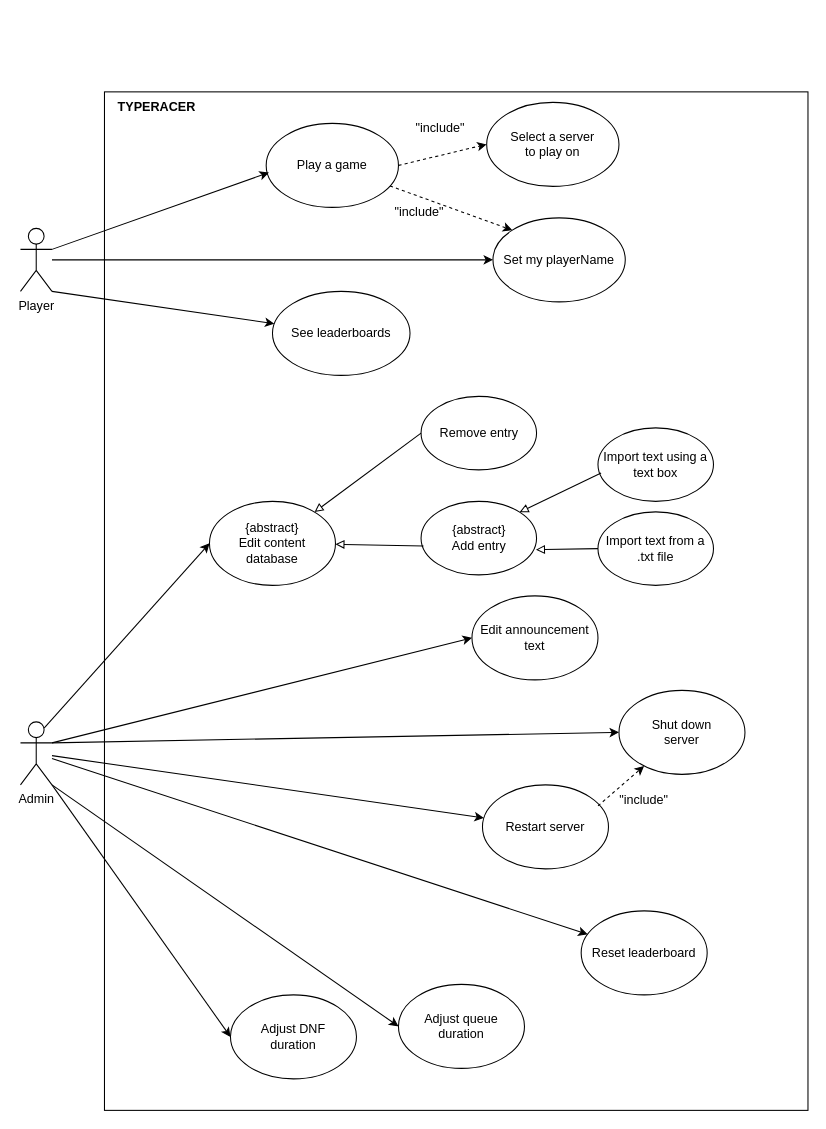
muratcanakcay/PW-SE1-TypeRacer keeps this draw.io diagram as TypeRacerUseCase.drawio. Above is the earlier version. Source tidied: cells renumbered, new cells numbered last; positions are measured from the earlier drawing's top-left corner, leaving out a move shared by most shapes. Both pictures are drawn from the tidied source at 105%, with x=0, y=0 at pixel (20, 91).
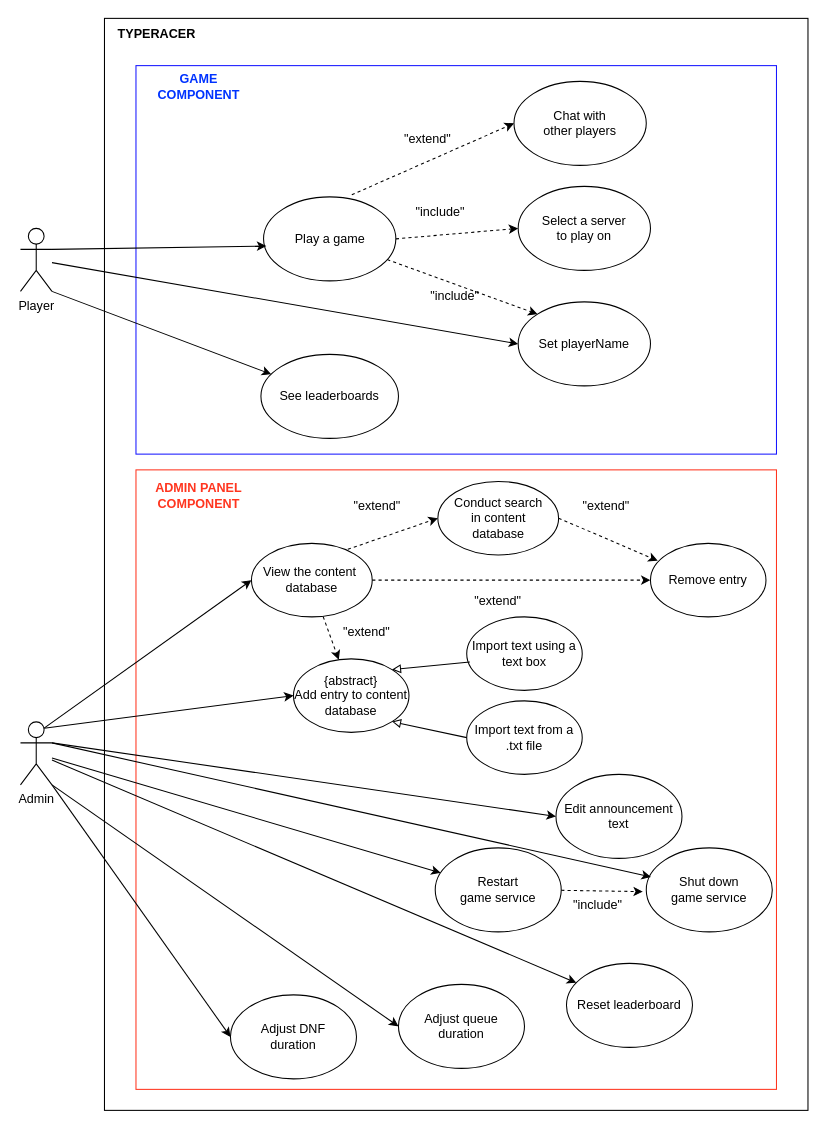
After the change.

The change refers to these unchanged cells:
```xml
<mxCell id="4" value="Admin" style="shape=umlActor;verticalLabelPosition=bottom;verticalAlign=top;html=1;outlineConnect=0;" parent="1" vertex="1">
  <mxGeometry y="600" width="30" height="60" as="geometry" />
</mxCell>
```

Diff of the diagram source:
```diff
@@
     <mxCell id="2" style="rounded=0;whiteSpace=wrap;html=1;" parent="1" vertex="1">
-      <mxGeometry x="80" width="670" height="970" as="geometry" />
+      <mxGeometry x="80" y="-70" width="670" height="1040" as="geometry" />
     </mxCell>
+    <mxCell id="41" style="rounded=0;whiteSpace=wrap;html=1;fillColor=none;strokeColor=#FF351F;" parent="1" vertex="1">
+      <mxGeometry x="110" y="360" width="610" height="590" as="geometry" />
+    </mxCell>
+    <mxCell id="42" style="rounded=0;whiteSpace=wrap;html=1;fillColor=none;strokeColor=#1717FF;" parent="1" vertex="1">
+      <mxGeometry x="110" y="-25" width="610" height="370" as="geometry" />
+    </mxCell>
@@
     <mxCell id="5" value="&lt;b&gt;TYPERACER&lt;/b&gt;" style="text;html=1;strokeColor=none;fillColor=none;align=center;verticalAlign=middle;whiteSpace=wrap;rounded=0;" parent="1" vertex="1">
-      <mxGeometry x="80" width="100" height="30" as="geometry" />
+      <mxGeometry x="80" y="-70" width="100" height="30" as="geometry" />
     </mxCell>
     <mxCell id="6" value="Play a game" style="ellipse;whiteSpace=wrap;html=1;" parent="1" vertex="1">
-      <mxGeometry x="234" y="30" width="126" height="80" as="geometry" />
+      <mxGeometry x="231.5" y="100" width="126" height="80" as="geometry" />
     </mxCell>
@@
     <mxCell id="8" value="See leaderboards" style="ellipse;whiteSpace=wrap;html=1;" parent="1" vertex="1">
-      <mxGeometry x="240" y="190" width="131" height="80" as="geometry" />
+      <mxGeometry x="229" y="250" width="131" height="80" as="geometry" />
     </mxCell>
@@
-    <mxCell id="10" value="Restart server" style="ellipse;whiteSpace=wrap;html=1;" parent="1" vertex="1">
-      <mxGeometry x="440" y="660" width="120" height="80" as="geometry" />
+    <mxCell id="10" value="Restart &lt;br&gt;game servıce" style="ellipse;whiteSpace=wrap;html=1;" parent="1" vertex="1">
+      <mxGeometry x="395" y="720" width="120" height="80" as="geometry" />
     </mxCell>
-    <mxCell id="11" value="{abstract}&lt;br&gt;Add entry" style="ellipse;whiteSpace=wrap;html=1;" parent="1" vertex="1">
-      <mxGeometry x="381.5" y="390" width="110" height="70" as="geometry" />
+    <mxCell id="11" value="{abstract}&lt;br&gt;Add entry to content database" style="ellipse;whiteSpace=wrap;html=1;" parent="1" vertex="1">
+      <mxGeometry x="260" y="540" width="110" height="70" as="geometry" />
     </mxCell>
-    <mxCell id="12" value="{abstract}&lt;br&gt;Edit content&lt;br&gt;database" style="ellipse;whiteSpace=wrap;html=1;" parent="1" vertex="1">
-      <mxGeometry x="180" y="390" width="120" height="80" as="geometry" />
-    </mxCell>
     <mxCell id="13" value="Remove entry" style="ellipse;whiteSpace=wrap;html=1;" parent="1" vertex="1">
-      <mxGeometry x="381.5" y="290" width="110" height="70" as="geometry" />
+      <mxGeometry x="600" y="430" width="110" height="70" as="geometry" />
     </mxCell>
     <mxCell id="14" value="Edit announcement&lt;br&gt;text" style="ellipse;whiteSpace=wrap;html=1;" parent="1" vertex="1">
-      <mxGeometry x="430" y="480" width="120" height="80" as="geometry" />
+      <mxGeometry x="510" y="650" width="120" height="80" as="geometry" />
     </mxCell>
-    <mxCell id="15" value="Shut down &lt;br&gt;server" style="ellipse;whiteSpace=wrap;html=1;" parent="1" vertex="1">
-      <mxGeometry x="570" y="570" width="120" height="80" as="geometry" />
+    <mxCell id="15" value="Shut down &lt;br&gt;game servıce" style="ellipse;whiteSpace=wrap;html=1;" parent="1" vertex="1">
+      <mxGeometry x="596" y="720" width="120" height="80" as="geometry" />
     </mxCell>
@@
-    <mxCell id="18" style="endArrow=classic;html=1;rounded=0;entryX=0;entryY=0.5;entryDx=0;entryDy=0;exitX=0.75;exitY=0.1;exitDx=0;exitDy=0;exitPerimeter=0;" parent="1" edge="1" source="4" target="12">
+    <mxCell id="18" style="endArrow=classic;html=1;rounded=0;exitX=0.75;exitY=0.1;exitDx=0;exitDy=0;exitPerimeter=0;entryX=0;entryY=0.5;entryDx=0;entryDy=0;" parent="1" edge="1" source="4" target="11">
       <mxGeometry relative="1" as="geometry" />
     </mxCell>
@@
-    <mxCell id="20" style="endArrow=classic;html=1;rounded=0;entryX=0;entryY=0.5;entryDx=0;entryDy=0;" parent="1" edge="1" target="15">
+    <mxCell id="20" style="endArrow=classic;html=1;rounded=0;entryX=0.037;entryY=0.346;entryDx=0;entryDy=0;entryPerimeter=0;" parent="1" edge="1" target="15">
       <mxGeometry relative="1" as="geometry">
         <mxPoint x="30" y="620" as="sourcePoint" />
       </mxGeometry>
     </mxCell>
@@
-    <mxCell id="23" style="endArrow=block;html=1;rounded=0;exitX=0.021;exitY=0.606;exitDx=0;exitDy=0;exitPerimeter=0;endFill=0;" parent="1" edge="1" source="11" target="12">
-      <mxGeometry relative="1" as="geometry" />
-    </mxCell>
-    <mxCell id="24" style="endArrow=block;html=1;rounded=0;exitX=0;exitY=0.5;exitDx=0;exitDy=0;endFill=0;" parent="1" edge="1" source="13" target="12">
-      <mxGeometry relative="1" as="geometry" />
-    </mxCell>
-    <mxCell id="25" style="endArrow=classic;html=1;rounded=0;dashed=1;exitX=0.917;exitY=0.25;exitDx=0;exitDy=0;exitPerimeter=0;" parent="1" edge="1" source="10" target="15">
+    <mxCell id="25" style="endArrow=classic;html=1;rounded=0;dashed=1;entryX=-0.027;entryY=0.521;entryDx=0;entryDy=0;entryPerimeter=0;" parent="1" edge="1" source="10" target="15">
       <mxGeometry relative="1" as="geometry" />
     </mxCell>
     <mxCell id="26" value="&quot;include&quot;" style="text;html=1;strokeColor=none;fillColor=none;align=center;verticalAlign=middle;whiteSpace=wrap;rounded=0;" parent="1" vertex="1">
-      <mxGeometry x="564" y="660" width="60" height="30" as="geometry" />
+      <mxGeometry x="520" y="760" width="60" height="30" as="geometry" />
     </mxCell>
@@
     <mxCell id="28" value="Reset leaderboard" style="ellipse;whiteSpace=wrap;html=1;" parent="1" vertex="1">
-      <mxGeometry x="534" y="780" width="120" height="80" as="geometry" />
+      <mxGeometry x="520" y="830" width="120" height="80" as="geometry" />
     </mxCell>
@@
     <mxCell id="30" value="Import text using a text box" style="ellipse;whiteSpace=wrap;html=1;" parent="1" vertex="1">
-      <mxGeometry x="550" y="320" width="110" height="70" as="geometry" />
+      <mxGeometry x="425" y="500" width="110" height="70" as="geometry" />
     </mxCell>
     <mxCell id="31" value="Import text from a &lt;br&gt;.txt file" style="ellipse;whiteSpace=wrap;html=1;" parent="1" vertex="1">
-      <mxGeometry x="550" y="400" width="110" height="70" as="geometry" />
+      <mxGeometry x="425" y="580" width="110" height="70" as="geometry" />
     </mxCell>
@@
-    <mxCell id="33" style="endArrow=block;html=1;rounded=0;exitX=0;exitY=0.5;exitDx=0;exitDy=0;endFill=0;entryX=0.995;entryY=0.657;entryDx=0;entryDy=0;entryPerimeter=0;" parent="1" edge="1" source="31" target="11">
+    <mxCell id="33" style="endArrow=block;html=1;rounded=0;exitX=0;exitY=0.5;exitDx=0;exitDy=0;endFill=0;entryX=1;entryY=1;entryDx=0;entryDy=0;" parent="1" edge="1" source="31" target="11">
       <mxGeometry relative="1" as="geometry" />
     </mxCell>
     <mxCell id="34" value="Select a server &lt;br&gt;to play on" style="ellipse;whiteSpace=wrap;html=1;" parent="1" vertex="1">
-      <mxGeometry x="444" y="10" width="126" height="80" as="geometry" />
+      <mxGeometry x="474" y="90" width="126" height="80" as="geometry" />
     </mxCell>
-    <mxCell id="35" value="Set my playerName" style="ellipse;whiteSpace=wrap;html=1;" parent="1" vertex="1">
-      <mxGeometry x="450" y="120" width="126" height="80" as="geometry" />
+    <mxCell id="35" value="Set playerName" style="ellipse;whiteSpace=wrap;html=1;" parent="1" vertex="1">
+      <mxGeometry x="474" y="200" width="126" height="80" as="geometry" />
     </mxCell>
@@
     <mxCell id="38" value="&quot;include&quot;" style="text;html=1;strokeColor=none;fillColor=none;align=center;verticalAlign=middle;whiteSpace=wrap;rounded=0;" parent="1" vertex="1">
-      <mxGeometry x="370" y="20" width="60" height="30" as="geometry" />
+      <mxGeometry x="370" y="100" width="60" height="30" as="geometry" />
     </mxCell>
     <mxCell id="39" value="&quot;include&quot;" style="text;html=1;strokeColor=none;fillColor=none;align=center;verticalAlign=middle;whiteSpace=wrap;rounded=0;" parent="1" vertex="1">
-      <mxGeometry x="350" y="100" width="60" height="30" as="geometry" />
+      <mxGeometry x="384" y="180" width="60" height="30" as="geometry" />
     </mxCell>
@@
+    <mxCell id="43" value="Chat with &lt;br&gt;other players" style="ellipse;whiteSpace=wrap;html=1;" parent="1" vertex="1">
+      <mxGeometry x="470" y="-10" width="126" height="80" as="geometry" />
+    </mxCell>
+    <mxCell id="44" style="endArrow=classic;html=1;rounded=0;dashed=1;exitX=0.667;exitY=-0.025;exitDx=0;exitDy=0;entryX=0;entryY=0.5;entryDx=0;entryDy=0;exitPerimeter=0;" parent="1" edge="1" source="6" target="43">
+      <mxGeometry relative="1" as="geometry" />
+    </mxCell>
+    <mxCell id="45" value="&quot;extend&quot;" style="text;html=1;strokeColor=none;fillColor=none;align=center;verticalAlign=middle;whiteSpace=wrap;rounded=0;" parent="1" vertex="1">
+      <mxGeometry x="357.5" y="30" width="60" height="30" as="geometry" />
+    </mxCell>
+    <mxCell id="46" value="&lt;b&gt;GAME&lt;br&gt;COMPONENT&lt;/b&gt;" style="text;html=1;strokeColor=none;fillColor=none;align=center;verticalAlign=middle;whiteSpace=wrap;rounded=0;fontColor=#0033FF;" parent="1" vertex="1">
+      <mxGeometry x="120" y="-20" width="100" height="30" as="geometry" />
+    </mxCell>
+    <mxCell id="47" value="&lt;b&gt;&lt;font color=&quot;#ff351f&quot;&gt;ADMIN PANEL COMPONENT&lt;/font&gt;&lt;/b&gt;" style="text;html=1;strokeColor=none;fillColor=none;align=center;verticalAlign=middle;whiteSpace=wrap;rounded=0;fontColor=#0033FF;" parent="1" vertex="1">
+      <mxGeometry x="120" y="370" width="100" height="30" as="geometry" />
+    </mxCell>
+    <mxCell id="48" value="Conduct search &lt;br&gt;in content&lt;br&gt;database" style="ellipse;whiteSpace=wrap;html=1;" parent="1" vertex="1">
+      <mxGeometry x="397.5" y="371" width="115" height="70" as="geometry" />
+    </mxCell>
+    <mxCell id="49" style="endArrow=classic;html=1;rounded=0;entryX=0;entryY=0.5;entryDx=0;entryDy=0;exitX=0.75;exitY=0.1;exitDx=0;exitDy=0;exitPerimeter=0;" parent="1" edge="1" source="4" target="52">
+      <mxGeometry relative="1" as="geometry" />
+    </mxCell>
+    <mxCell id="50" style="endArrow=classic;html=1;rounded=0;dashed=1;entryX=0.063;entryY=0.237;entryDx=0;entryDy=0;entryPerimeter=0;exitX=1;exitY=0.5;exitDx=0;exitDy=0;" parent="1" edge="1" source="48" target="13">
+      <mxGeometry relative="1" as="geometry" />
+    </mxCell>
+    <mxCell id="51" value="&quot;extend&quot;" style="text;html=1;strokeColor=none;fillColor=none;align=center;verticalAlign=middle;whiteSpace=wrap;rounded=0;" parent="1" vertex="1">
+      <mxGeometry x="527.5" y="380" width="60" height="30" as="geometry" />
+    </mxCell>
+    <mxCell id="52" value="View the content&amp;nbsp;&lt;br&gt;database" style="ellipse;whiteSpace=wrap;html=1;" parent="1" vertex="1">
+      <mxGeometry x="220" y="430" width="115" height="70" as="geometry" />
+    </mxCell>
+    <mxCell id="53" style="endArrow=classic;html=1;rounded=0;dashed=1;entryX=0;entryY=0.5;entryDx=0;entryDy=0;" parent="1" edge="1" source="52" target="13">
+      <mxGeometry relative="1" as="geometry" />
+    </mxCell>
+    <mxCell id="54" value="&quot;extend&quot;" style="text;html=1;strokeColor=none;fillColor=none;align=center;verticalAlign=middle;whiteSpace=wrap;rounded=0;" parent="1" vertex="1">
+      <mxGeometry x="425" y="470" width="60" height="30" as="geometry" />
+    </mxCell>
+    <mxCell id="55" style="endArrow=classic;html=1;rounded=0;dashed=1;exitX=0.798;exitY=0.081;exitDx=0;exitDy=0;entryX=0;entryY=0.5;entryDx=0;entryDy=0;exitPerimeter=0;" parent="1" edge="1" source="52" target="48">
+      <mxGeometry relative="1" as="geometry" />
+    </mxCell>
+    <mxCell id="56" value="&quot;extend&quot;" style="text;html=1;strokeColor=none;fillColor=none;align=center;verticalAlign=middle;whiteSpace=wrap;rounded=0;" parent="1" vertex="1">
+      <mxGeometry x="310" y="380" width="60" height="30" as="geometry" />
+    </mxCell>
+    <mxCell id="57" style="endArrow=classic;html=1;rounded=0;dashed=1;exitX=0.594;exitY=0.998;exitDx=0;exitDy=0;exitPerimeter=0;" parent="1" edge="1" source="52" target="11">
+      <mxGeometry relative="1" as="geometry" />
+    </mxCell>
+    <mxCell id="58" value="&quot;extend&quot;" style="text;html=1;strokeColor=none;fillColor=none;align=center;verticalAlign=middle;whiteSpace=wrap;rounded=0;" parent="1" vertex="1">
+      <mxGeometry x="300" y="500" width="60" height="30" as="geometry" />
+    </mxCell>
```
